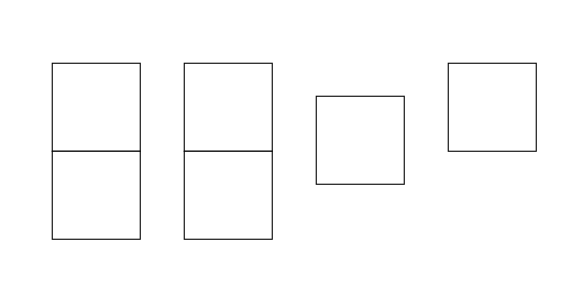
Before: docs/img/NSGA2.drawio in MarshaGomez/F5-MOEA-Variations, a draw.io diagram. Source tidied: cells renumbered, new cells numbered last; positions are measured from the earlier drawing's top-left corner, leaving out a move shared by most shapes. Both pictures are drawn from the tidied source at 110%, with x=0, y=0 at pixel (52, 63).
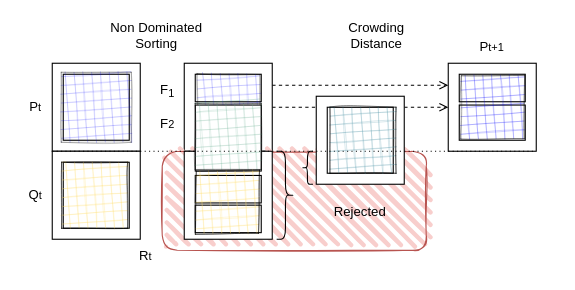
The same diagram, later.

Unchanged cells that the change refers to:
```xml
<mxCell id="3" style="rounded=0;whiteSpace=wrap;html=1;" parent="1" vertex="1">
  <mxGeometry y="80" width="80" height="80" as="geometry" />
</mxCell>
<mxCell id="7" style="rounded=0;whiteSpace=wrap;html=1;" parent="1" vertex="1">
  <mxGeometry x="360" width="80" height="80" as="geometry" />
</mxCell>
```

Diff of the diagram source:
```diff
@@
+    <mxCell id="8" style="edgeStyle=orthogonalEdgeStyle;rounded=0;jettySize=auto;html=1;exitX=1;exitY=0.25;exitDx=0;exitDy=0;entryX=0;entryY=0.25;entryDx=0;entryDy=0;fontSize=5;strokeWidth=1;dashed=1;endArrow=open;endFill=0;" parent="1" edge="1" source="4" target="7">
+      <mxGeometry relative="1" as="geometry" />
+    </mxCell>
+    <mxCell id="9" style="edgeStyle=orthogonalEdgeStyle;rounded=0;jettySize=auto;html=1;exitX=1;exitY=0.5;exitDx=0;exitDy=0;entryX=0;entryY=0.5;entryDx=0;entryDy=0;fontSize=5;strokeWidth=1;dashed=1;endArrow=open;endFill=0;" parent="1" edge="1" source="4" target="7">
+      <mxGeometry relative="1" as="geometry" />
+    </mxCell>
+    <mxCell id="4" style="rounded=0;whiteSpace=wrap;html=1;" parent="1" vertex="1">
+      <mxGeometry x="120" width="80" height="80" as="geometry" />
+    </mxCell>
+    <mxCell id="10" style="rounded=0;whiteSpace=wrap;html=1;" parent="1" vertex="1">
+      <mxGeometry x="130" y="10" width="60" height="25" as="geometry" />
+    </mxCell>
+    <mxCell id="11" style="rhombus;whiteSpace=wrap;html=1;strokeWidth=0.2;fillWeight=-1;hachureGap=8;fillStyle=cross-hatch;fillColor=#0000FF;sketch=1;fontSize=5;rotation=-45;" parent="1" vertex="1">
+      <mxGeometry x="121" y="-2.8" width="79.4" height="82.3" as="geometry" />
+    </mxCell>
+    <mxCell id="12" style="rounded=1;whiteSpace=wrap;html=1;strokeWidth=1;fillWeight=4;hachureGap=8;hachureAngle=45;fillColor=#f8cecc;sketch=1;fontSize=5;strokeColor=#b85450;" parent="1" vertex="1">
+      <mxGeometry x="100" y="80" width="240" height="90" as="geometry" />
+    </mxCell>
@@
-    <mxCell id="4" style="rounded=0;whiteSpace=wrap;html=1;" parent="1" vertex="1">
-      <mxGeometry x="120" width="80" height="80" as="geometry" />
-    </mxCell>
@@
+    <mxCell id="13" value="Non Dominated Sorting" style="text;html=1;strokeColor=none;fillColor=none;align=center;verticalAlign=middle;whiteSpace=wrap;rounded=0;" parent="1" vertex="1">
+      <mxGeometry x="50" y="-40" width="90" height="30" as="geometry" />
+    </mxCell>
+    <mxCell id="14" value="F&lt;sub&gt;1&lt;/sub&gt;" style="text;html=1;strokeColor=none;fillColor=none;align=center;verticalAlign=middle;whiteSpace=wrap;rounded=0;" parent="1" vertex="1">
+      <mxGeometry x="90" y="10" width="30" height="30" as="geometry" />
+    </mxCell>
+    <mxCell id="15" value="F&lt;span style=&quot;font-size: 10px;&quot;&gt;2&lt;/span&gt;" style="text;html=1;strokeColor=none;fillColor=none;align=center;verticalAlign=middle;whiteSpace=wrap;rounded=0;" parent="1" vertex="1">
+      <mxGeometry x="90" y="40" width="30" height="30" as="geometry" />
+    </mxCell>
+    <mxCell id="16" value="R&lt;span style=&quot;font-size: 10px;&quot;&gt;t&lt;/span&gt;" style="text;html=1;strokeColor=none;fillColor=none;align=center;verticalAlign=middle;whiteSpace=wrap;rounded=0;" parent="1" vertex="1">
+      <mxGeometry x="70" y="160" width="30" height="30" as="geometry" />
+    </mxCell>
+    <mxCell id="17" value="Q&lt;span style=&quot;font-size: 10px;&quot;&gt;t&lt;/span&gt;" style="text;html=1;strokeColor=none;fillColor=none;align=center;verticalAlign=middle;whiteSpace=wrap;rounded=0;" parent="1" vertex="1">
+      <mxGeometry x="-30" y="105" width="30" height="30" as="geometry" />
+    </mxCell>
+    <mxCell id="18" value="P&lt;span style=&quot;font-size: 10px;&quot;&gt;t&lt;/span&gt;" style="text;html=1;strokeColor=none;fillColor=none;align=center;verticalAlign=middle;whiteSpace=wrap;rounded=0;" parent="1" vertex="1">
+      <mxGeometry x="-30" y="25" width="30" height="30" as="geometry" />
+    </mxCell>
+    <mxCell id="19" style="rounded=0;whiteSpace=wrap;html=1;" parent="1" vertex="1">
+      <mxGeometry x="10" y="10" width="60" height="60" as="geometry" />
+    </mxCell>
+    <mxCell id="20" style="rounded=0;whiteSpace=wrap;html=1;" parent="1" vertex="1">
+      <mxGeometry x="10" y="90" width="60" height="60" as="geometry" />
+    </mxCell>
+    <mxCell id="21" style="rounded=0;whiteSpace=wrap;html=1;" parent="1" vertex="1">
+      <mxGeometry x="130" y="38" width="60" height="60" as="geometry" />
+    </mxCell>
+    <mxCell id="22" style="rounded=0;whiteSpace=wrap;html=1;" parent="1" vertex="1">
+      <mxGeometry x="130" y="102" width="60" height="25" as="geometry" />
+    </mxCell>
+    <mxCell id="23" style="rounded=0;whiteSpace=wrap;html=1;" parent="1" vertex="1">
+      <mxGeometry x="130" y="129" width="60" height="25" as="geometry" />
+    </mxCell>
+    <mxCell id="24" style="rounded=0;whiteSpace=wrap;html=1;" parent="1" vertex="1">
+      <mxGeometry x="250" y="40" width="60" height="60" as="geometry" />
+    </mxCell>
+    <mxCell id="25" style="rounded=0;whiteSpace=wrap;html=1;" parent="1" vertex="1">
+      <mxGeometry x="370" y="38" width="60" height="32" as="geometry" />
+    </mxCell>
+    <mxCell id="26" style="rounded=0;whiteSpace=wrap;html=1;" parent="1" vertex="1">
+      <mxGeometry x="370" y="10" width="60" height="25" as="geometry" />
+    </mxCell>
+    <mxCell id="27" value="P&lt;span style=&quot;font-size: 10px;&quot;&gt;t+1&lt;/span&gt;" style="text;html=1;strokeColor=none;fillColor=none;align=center;verticalAlign=middle;whiteSpace=wrap;rounded=0;" parent="1" vertex="1">
+      <mxGeometry x="385" y="-30" width="30" height="30" as="geometry" />
+    </mxCell>
+    <mxCell id="28" value="Rejected" style="text;html=1;strokeColor=none;fillColor=none;align=center;verticalAlign=middle;whiteSpace=wrap;rounded=0;" parent="1" vertex="1">
+      <mxGeometry x="235" y="120" width="90" height="30" as="geometry" />
+    </mxCell>
+    <mxCell id="29" style="endArrow=none;dashed=1;html=1;dashPattern=1 3;strokeWidth=1;rounded=0;entryX=1;entryY=1;entryDx=0;entryDy=0;exitX=0;exitY=0;exitDx=0;exitDy=0;" parent="1" edge="1" source="3" target="7">
+      <mxGeometry relative="1" as="geometry" />
+    </mxCell>
+    <mxCell id="30" style="shape=curlyBracket;whiteSpace=wrap;html=1;rounded=1;flipH=1;" parent="1" vertex="1">
+      <mxGeometry x="204" y="80" width="16" height="80" as="geometry" />
+    </mxCell>
+    <mxCell id="31" style="shape=curlyBracket;whiteSpace=wrap;html=1;rounded=1;" parent="1" vertex="1">
+      <mxGeometry x="227" y="80" width="10" height="30" as="geometry" />
+    </mxCell>
+    <mxCell id="32" style="rhombus;whiteSpace=wrap;html=1;strokeWidth=0.2;fillWeight=-1;hachureGap=8;fillStyle=cross-hatch;fillColor=#0000FF;sketch=1;fontSize=5;rotation=-45;" parent="1" vertex="1">
+      <mxGeometry x="-5" y="-5" width="90" height="90" as="geometry" />
+    </mxCell>
+    <mxCell id="33" style="rhombus;whiteSpace=wrap;html=1;strokeWidth=0.3;fillWeight=-1;hachureGap=8;fillStyle=cross-hatch;fillColor=#63AB8C;sketch=1;fontSize=5;rotation=-45;" parent="1" vertex="1">
+      <mxGeometry x="117.5" y="24" width="85" height="85" as="geometry" />
+    </mxCell>
+    <mxCell id="34" style="rhombus;whiteSpace=wrap;html=1;strokeWidth=0.4;fillWeight=-1;hachureGap=8;fillStyle=cross-hatch;fillColor=#5B9BAB;sketch=1;fontSize=5;rotation=-45;" parent="1" vertex="1">
+      <mxGeometry x="240" y="27.5" width="85" height="85" as="geometry" />
+    </mxCell>
+    <mxCell id="35" style="rhombus;whiteSpace=wrap;html=1;strokeWidth=0.3;fillWeight=-1;hachureGap=8;fillStyle=cross-hatch;fillColor=#0000FF;sketch=1;fontSize=5;rotation=-45;" parent="1" vertex="1">
+      <mxGeometry x="359.4" y="-0.5" width="82.1" height="80.9" as="geometry" />
+    </mxCell>
+    <mxCell id="36" style="rhombus;whiteSpace=wrap;html=1;strokeWidth=0.4;fillWeight=-1;hachureGap=8;fillStyle=cross-hatch;fillColor=#FFD966;sketch=1;fontSize=5;rotation=-45;" parent="1" vertex="1">
+      <mxGeometry x="-4" y="77.5" width="85" height="85" as="geometry" />
+    </mxCell>
+    <mxCell id="37" style="rhombus;whiteSpace=wrap;html=1;strokeWidth=0.4;fillWeight=-1;hachureGap=8;fillStyle=cross-hatch;fillColor=#FFD966;sketch=1;fontSize=5;rotation=-45;" parent="1" vertex="1">
+      <mxGeometry x="118" y="86.3" width="82.5" height="80" as="geometry" />
+    </mxCell>
+    <mxCell id="38" value="Crowding Distance" style="text;html=1;strokeColor=none;fillColor=none;align=center;verticalAlign=middle;whiteSpace=wrap;rounded=0;" parent="1" vertex="1">
+      <mxGeometry x="250" y="-40" width="90" height="30" as="geometry" />
+    </mxCell>
```
